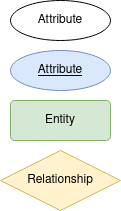
Earlier version of the draw.io export tareas base de datos/Tareas_Normalizacion/Examen/DiagramaExamen.drawio.png (Angel-L-G/Base-Datos). Source tidied: cells renumbered, new cells last; positions are measured from the earlier drawing's top-left corner, leaving out a move shared by most shapes.
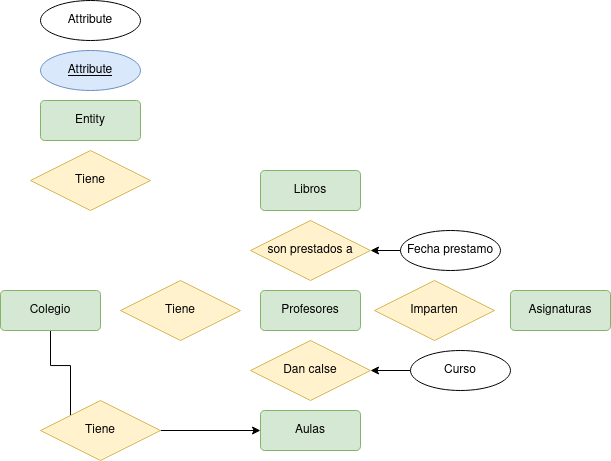
The same diagram one commit later.

The edit, as a diff of the source:
```diff
@@ -8,11 +8,59 @@
     <mxCell id="3" value="Entity" style="rounded=1;arcSize=10;whiteSpace=wrap;html=1;align=center;fillColor=#d5e8d4;strokeColor=#82b366;" parent="1" vertex="1">
       <mxGeometry x="10" y="100" width="100" height="40" as="geometry" />
     </mxCell>
-    <mxCell id="4" value="Relationship" style="shape=rhombus;perimeter=rhombusPerimeter;whiteSpace=wrap;html=1;align=center;fillColor=#fff2cc;strokeColor=#d6b656;" parent="1" vertex="1">
+    <mxCell id="4" value="Tiene" style="shape=rhombus;perimeter=rhombusPerimeter;whiteSpace=wrap;html=1;align=center;fillColor=#fff2cc;strokeColor=#d6b656;" parent="1" vertex="1">
       <mxGeometry y="150" width="120" height="60" as="geometry" />
     </mxCell>
     <mxCell id="5" value="Attribute" style="ellipse;whiteSpace=wrap;html=1;align=center;" parent="1" vertex="1">
       <mxGeometry x="10" width="100" height="40" as="geometry" />
     </mxCell>
+    <mxCell id="6" style="edgeStyle=orthogonalEdgeStyle;rounded=0;jettySize=auto;html=1;entryX=0;entryY=1;entryDx=0;entryDy=0;" parent="1" edge="1" source="7" target="19">
+      <mxGeometry relative="1" as="geometry" />
+    </mxCell>
+    <mxCell id="7" value="Colegio" style="rounded=1;arcSize=10;whiteSpace=wrap;html=1;align=center;fillColor=#d5e8d4;strokeColor=#82b366;" parent="1" vertex="1">
+      <mxGeometry x="-30" y="290" width="100" height="40" as="geometry" />
+    </mxCell>
+    <mxCell id="8" value="Tiene" style="shape=rhombus;perimeter=rhombusPerimeter;whiteSpace=wrap;html=1;align=center;fillColor=#fff2cc;strokeColor=#d6b656;" parent="1" vertex="1">
+      <mxGeometry x="90" y="280" width="120" height="60" as="geometry" />
+    </mxCell>
+    <mxCell id="9" value="Profesores" style="rounded=1;arcSize=10;whiteSpace=wrap;html=1;align=center;fillColor=#d5e8d4;strokeColor=#82b366;" parent="1" vertex="1">
+      <mxGeometry x="230" y="290" width="100" height="40" as="geometry" />
+    </mxCell>
+    <mxCell id="10" value="Imparten" style="shape=rhombus;perimeter=rhombusPerimeter;whiteSpace=wrap;html=1;align=center;fillColor=#fff2cc;strokeColor=#d6b656;" parent="1" vertex="1">
+      <mxGeometry x="344" y="280" width="120" height="60" as="geometry" />
+    </mxCell>
+    <mxCell id="11" value="Asignaturas" style="rounded=1;arcSize=10;whiteSpace=wrap;html=1;align=center;fillColor=#d5e8d4;strokeColor=#82b366;" parent="1" vertex="1">
+      <mxGeometry x="480" y="290" width="100" height="40" as="geometry" />
+    </mxCell>
+    <mxCell id="12" value="Dan calse" style="shape=rhombus;perimeter=rhombusPerimeter;whiteSpace=wrap;html=1;align=center;fillColor=#fff2cc;strokeColor=#d6b656;" parent="1" vertex="1">
+      <mxGeometry x="220" y="340" width="120" height="60" as="geometry" />
+    </mxCell>
+    <mxCell id="13" value="Aulas" style="rounded=1;arcSize=10;whiteSpace=wrap;html=1;align=center;fillColor=#d5e8d4;strokeColor=#82b366;" parent="1" vertex="1">
+      <mxGeometry x="230" y="410" width="100" height="40" as="geometry" />
+    </mxCell>
+    <mxCell id="14" value="Libros" style="rounded=1;arcSize=10;whiteSpace=wrap;html=1;align=center;fillColor=#d5e8d4;strokeColor=#82b366;" parent="1" vertex="1">
+      <mxGeometry x="230" y="170" width="100" height="40" as="geometry" />
+    </mxCell>
+    <mxCell id="15" value="son prestados a" style="shape=rhombus;perimeter=rhombusPerimeter;whiteSpace=wrap;html=1;align=center;fillColor=#fff2cc;strokeColor=#d6b656;" parent="1" vertex="1">
+      <mxGeometry x="220" y="220" width="120" height="60" as="geometry" />
+    </mxCell>
+    <mxCell id="16" style="edgeStyle=orthogonalEdgeStyle;rounded=0;jettySize=auto;html=1;" parent="1" edge="1" source="17" target="15">
+      <mxGeometry relative="1" as="geometry" />
+    </mxCell>
+    <mxCell id="17" value="Fecha prestamo" style="ellipse;whiteSpace=wrap;html=1;align=center;" parent="1" vertex="1">
+      <mxGeometry x="370" y="230" width="100" height="40" as="geometry" />
+    </mxCell>
+    <mxCell id="18" style="edgeStyle=orthogonalEdgeStyle;rounded=0;jettySize=auto;html=1;" parent="1" edge="1" source="19" target="13">
+      <mxGeometry relative="1" as="geometry" />
+    </mxCell>
+    <mxCell id="19" value="Tiene" style="shape=rhombus;perimeter=rhombusPerimeter;whiteSpace=wrap;html=1;align=center;fillColor=#fff2cc;strokeColor=#d6b656;" parent="1" vertex="1">
+      <mxGeometry x="10" y="400" width="120" height="60" as="geometry" />
+    </mxCell>
+    <mxCell id="20" style="edgeStyle=orthogonalEdgeStyle;rounded=0;jettySize=auto;html=1;" parent="1" edge="1" source="21" target="12">
+      <mxGeometry relative="1" as="geometry" />
+    </mxCell>
+    <mxCell id="21" value="Curso" style="ellipse;whiteSpace=wrap;html=1;align=center;" parent="1" vertex="1">
+      <mxGeometry x="380" y="350" width="100" height="40" as="geometry" />
+    </mxCell>
   </root>
 </mxGraphModel>
```
